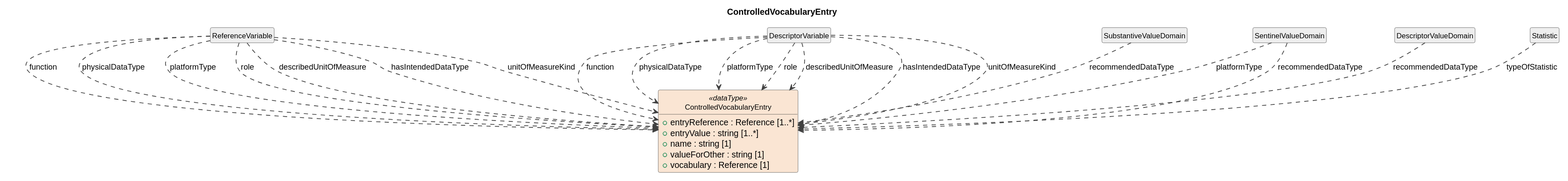
Cross-Domain-Interoperability-Framework/metadataBuildingBlocks keeps this PlantUML diagram as build/plantuml/cdifDataStructure/DataTypes/ControlledVocabularyEntry.svg. Above is the earlier version.
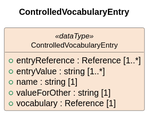
The same file after the commit.

The edit, as a diff of the source:
```diff
@@ -17,29 +17,4 @@
   +valueForOther : string [1]
   +vocabulary : Reference [1]
 }
-class "ReferenceVariable" as ReferenceVariable #EEEEEE
-ReferenceVariable ..> ControlledVocabularyEntry : function
-ReferenceVariable ..> ControlledVocabularyEntry : physicalDataType
-ReferenceVariable ..> ControlledVocabularyEntry : platformType
-ReferenceVariable ..> ControlledVocabularyEntry : role
-ReferenceVariable ..> ControlledVocabularyEntry : describedUnitOfMeasure
-ReferenceVariable ..> ControlledVocabularyEntry : hasIntendedDataType
-ReferenceVariable ..> ControlledVocabularyEntry : unitOfMeasureKind
-class "DescriptorVariable" as DescriptorVariable #EEEEEE
-DescriptorVariable ..> ControlledVocabularyEntry : function
-DescriptorVariable ..> ControlledVocabularyEntry : physicalDataType
-DescriptorVariable ..> ControlledVocabularyEntry : platformType
-DescriptorVariable ..> ControlledVocabularyEntry : role
-DescriptorVariable ..> ControlledVocabularyEntry : describedUnitOfMeasure
-DescriptorVariable ..> ControlledVocabularyEntry : hasIntendedDataType
-DescriptorVariable ..> ControlledVocabularyEntry : unitOfMeasureKind
-class "SubstantiveValueDomain" as SubstantiveValueDomain #EEEEEE
-SubstantiveValueDomain ..> ControlledVocabularyEntry : recommendedDataType
-class "SentinelValueDomain" as SentinelValueDomain #EEEEEE
-SentinelValueDomain ..> ControlledVocabularyEntry : platformType
-SentinelValueDomain ..> ControlledVocabularyEntry : recommendedDataType
-class "DescriptorValueDomain" as DescriptorValueDomain #EEEEEE
-DescriptorValueDomain ..> ControlledVocabularyEntry : recommendedDataType
-class "Statistic" as Statistic #EEEEEE
-Statistic ..> ControlledVocabularyEntry : typeOfStatistic
 @enduml
```
